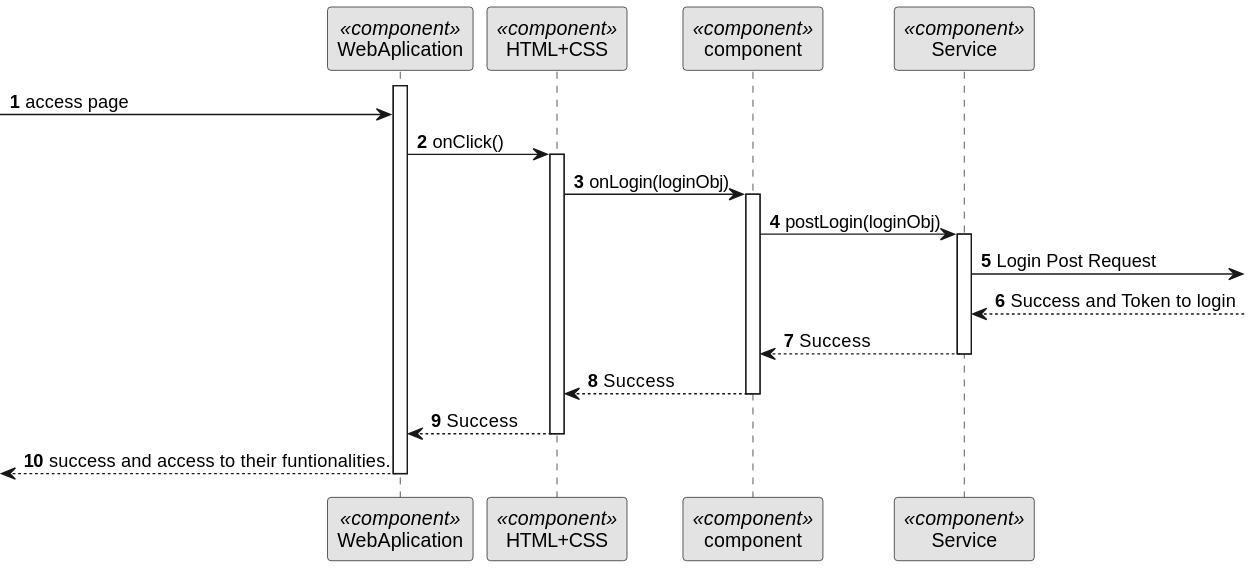
Before: docs/BackofficeModule/7.2.5/sequence-diagram-3.svg, a diagram exported from PlantUML (Ana-Miguel-Silva/SurgicalAppointmentAndResourceManagement). Source of this version:
```plantuml
@startuml
skinparam monochrome true
skinparam packageStyle rectangle
skinparam shadowing false

autonumber

participant "WebAplication" as FE <<component>>
participant "HTML+CSS" as HT <<component>>
participant "component" as CM <<component>>
participant "Service" as SERV <<component>>


activate FE
-> FE: access page

FE -> HT : onClick()
activate HT


HT -> CM : onLogin(loginObj)

activate CM

CM -> SERV : postLogin(loginObj)

 activate SERV

  SERV -> : Login Post Request

 SERV <-- : Success and Token to login

SERV --> CM : Success


deactivate SERV

CM --> HT : Success
deactivate CM



HT --> FE : Success
deactivate HT

<--- FE : success and access to their funtionalities.

deactivate FE
@enduml
```
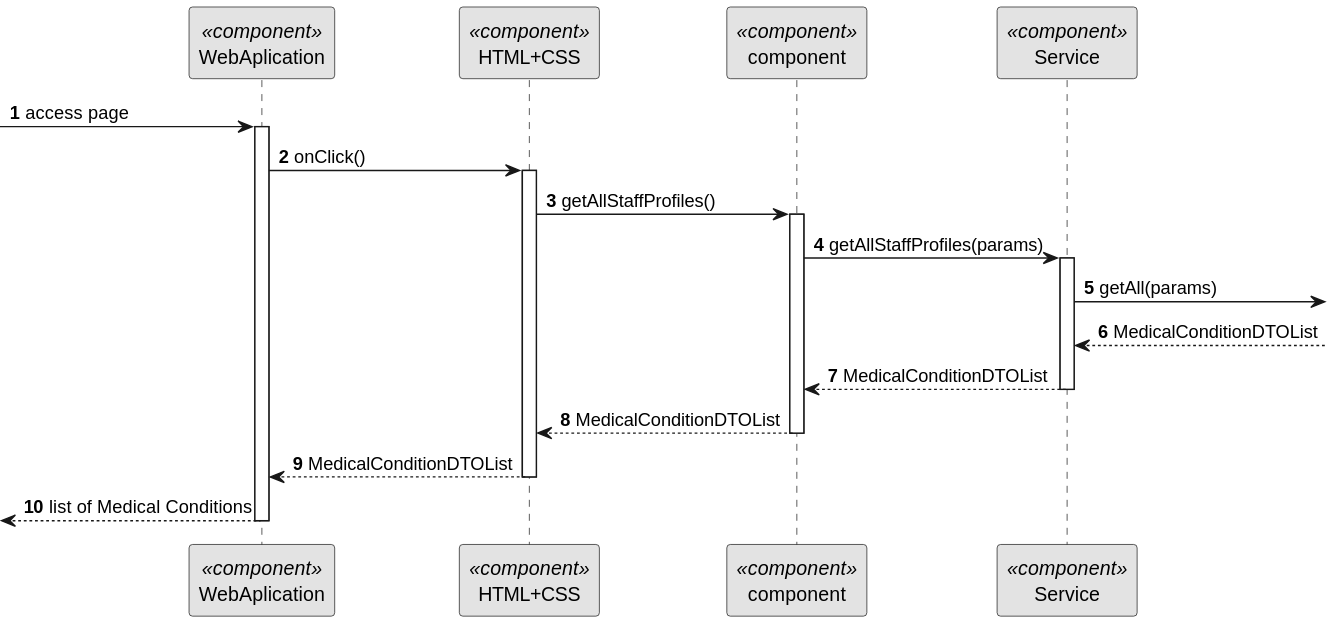
The same file after the commit.

Diff of the diagram source:
```diff
@@ -10,40 +10,34 @@
 participant "component" as CM <<component>>
 participant "Service" as SERV <<component>>
 
-
+ -> FE: access page
 activate FE
--> FE: access page
 
 FE -> HT : onClick()
 activate HT
+HT -> CM : getAllStaffProfiles()
+activate CM
+
+CM -> SERV : getAllStaffProfiles(params)
+activate SERV
 
 
-HT -> CM : onLogin(loginObj)
-
-activate CM
-
-CM -> SERV : postLogin(loginObj)
-
- activate SERV
-
-  SERV -> : Login Post Request
-
- SERV <-- : Success and Token to login
-
-SERV --> CM : Success
-
-
-deactivate SERV
-
-CM --> HT : Success
-deactivate CM
+SERV -> : getAll(params)
 
 
 
-HT --> FE : Success
+SERV <-- : MedicalConditionDTOList
+
+
+SERV --> CM : MedicalConditionDTOList
+deactivate SERV
+CM --> HT : MedicalConditionDTOList
+deactivate CM
+
+HT --> FE : MedicalConditionDTOList
 deactivate HT
 
-<--- FE : success and access to their funtionalities.
+<-- FE : list of Medical Conditions
 
 deactivate FE
 @enduml
```
